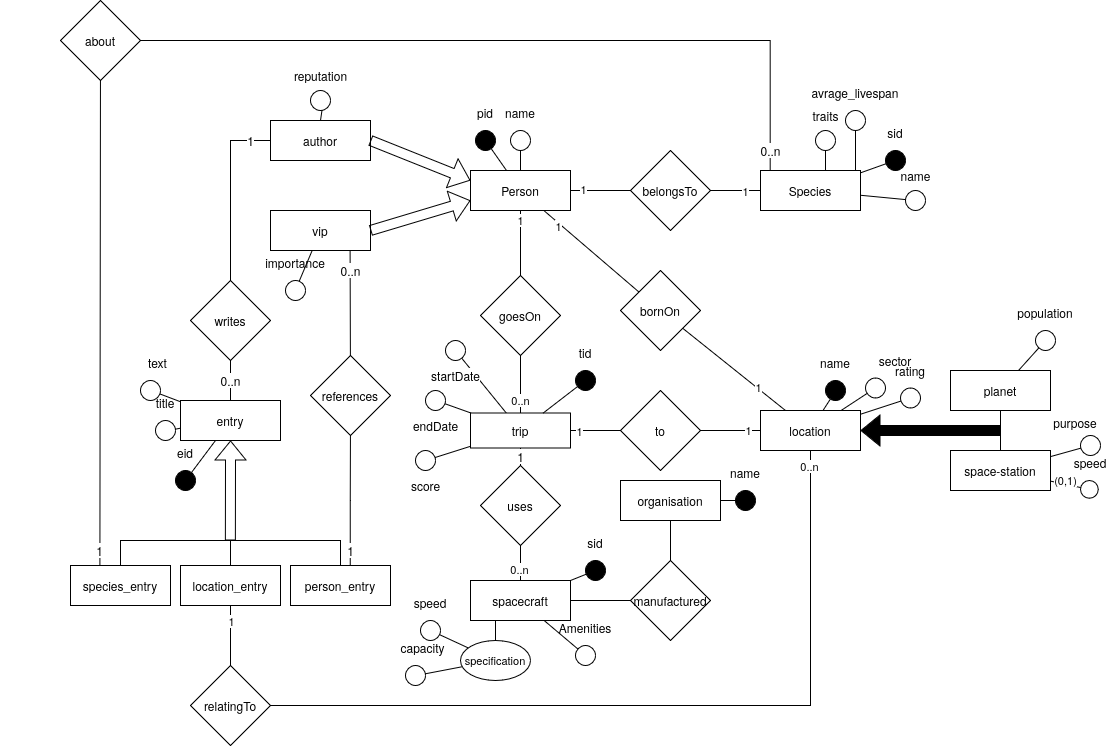
MassimiIiano/hhgttg-db keeps this draw.io diagram as hhgttg-diagramm.drawio.png. Above is the earlier version. Source tidied: cells renumbered, new cells last; positions are measured from the earlier drawing's top-left corner, leaving out a move shared by most shapes.
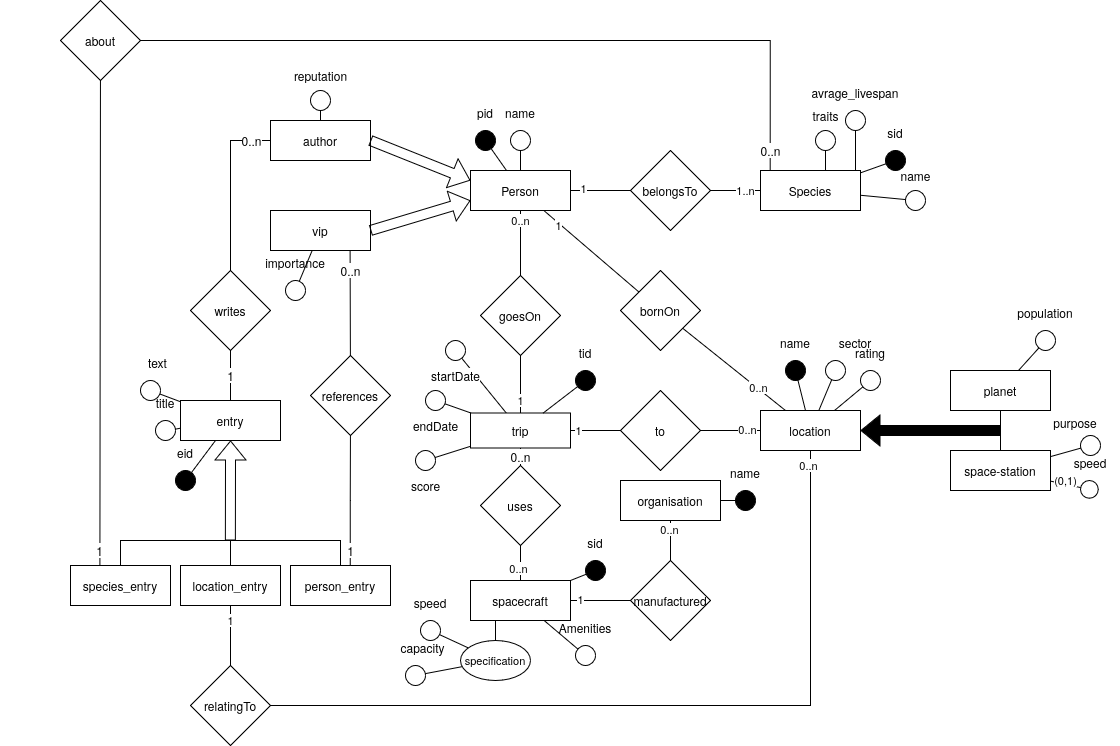
The same file after the commit.

Diff of the diagram source:
```diff
@@ -19,7 +19,7 @@
     <mxCell id="6" value="1" style="edgeLabel;html=1;align=center;verticalAlign=middle;" parent="5" vertex="1">
       <mxGeometry x="-0.67" y="-2" relative="1" as="geometry" />
     </mxCell>
-    <mxCell id="7" value="1" style="edgeStyle=orthogonalEdgeStyle;rounded=0;jettySize=auto;html=1;endArrow=none;endFill=0;entryX=0.5;entryY=0;entryDx=0;entryDy=0;" parent="1" edge="1" source="8" target="132">
+    <mxCell id="7" value="0..n" style="edgeStyle=orthogonalEdgeStyle;rounded=0;jettySize=auto;html=1;endArrow=none;endFill=0;entryX=0.5;entryY=0;entryDx=0;entryDy=0;" parent="1" edge="1" source="8" target="132">
       <mxGeometry x="-0.68" relative="1" as="geometry" />
     </mxCell>
     <mxCell id="8" value="Person" style="whiteSpace=wrap;html=1;align=center;rounded=0;strokeColor=default;verticalAlign=middle;fontFamily=Helvetica;fontSize=12;fontColor=default;fillColor=default;" parent="1" vertex="1">
@@ -31,7 +31,7 @@
     <mxCell id="10" style="edgeStyle=orthogonalEdgeStyle;rounded=0;jettySize=auto;html=1;fontFamily=Helvetica;fontSize=12;fontColor=default;endArrow=none;endFill=0;" parent="1" edge="1" source="12" target="9">
       <mxGeometry relative="1" as="geometry" />
     </mxCell>
-    <mxCell id="11" value="1" style="edgeLabel;html=1;align=center;verticalAlign=middle;" parent="10" vertex="1">
+    <mxCell id="11" value="1..n" style="edgeLabel;html=1;align=center;verticalAlign=middle;" parent="10" vertex="1">
       <mxGeometry x="0.37" relative="1" as="geometry" />
     </mxCell>
     <mxCell id="12" value="belongsTo" style="rhombus;whiteSpace=wrap;html=1;rounded=0;" parent="1" vertex="1">
@@ -87,7 +87,7 @@
       <mxGeometry x="15" y="30" width="20" height="20" as="geometry" />
     </mxCell>
     <mxCell id="27" value="name" style="group;" parent="1" vertex="1">
-      <mxGeometry x="810" y="350" width="50" height="50" as="geometry" />
+      <mxGeometry x="770" y="330" width="50" height="50" as="geometry" />
     </mxCell>
     <mxCell id="28" style="ellipse;whiteSpace=wrap;html=1;rounded=0;strokeColor=default;align=center;verticalAlign=middle;fontFamily=Helvetica;fontSize=12;fontColor=default;labelBackgroundColor=default;fillColor=#000000;" parent="27" vertex="1">
       <mxGeometry x="15" y="30" width="20" height="20" as="geometry" />
@@ -96,7 +96,7 @@
       <mxGeometry relative="1" as="geometry" />
     </mxCell>
     <mxCell id="30" value="sector" style="group;" parent="1" vertex="1">
-      <mxGeometry x="850" y="347.5" width="90" height="100" as="geometry" />
+      <mxGeometry x="810" y="330" width="90" height="100" as="geometry" />
     </mxCell>
     <mxCell id="31" style="ellipse;whiteSpace=wrap;html=1;rounded=0;strokeColor=default;align=center;verticalAlign=middle;fontFamily=Helvetica;fontSize=12;fontColor=default;labelBackgroundColor=default;fillColor=default;" parent="30" vertex="1">
       <mxGeometry x="15" y="30" width="20" height="20" as="geometry" />
@@ -116,13 +116,13 @@
     <mxCell id="36" style="edgeStyle=none;rounded=0;jettySize=auto;html=1;strokeColor=default;align=center;verticalAlign=middle;fontFamily=Helvetica;fontSize=12;fontColor=default;labelBackgroundColor=default;endArrow=none;endFill=0;" parent="1" edge="1" source="38" target="13">
       <mxGeometry relative="1" as="geometry" />
     </mxCell>
-    <mxCell id="37" value="1" style="edgeLabel;html=1;align=center;verticalAlign=middle;" parent="36" vertex="1">
+    <mxCell id="37" value="&lt;div&gt;0..n&lt;/div&gt;" style="edgeLabel;html=1;align=center;verticalAlign=middle;" parent="36" vertex="1">
       <mxGeometry x="0.45" y="1" relative="1" as="geometry" />
     </mxCell>
     <mxCell id="38" value="bornOn" style="rhombus;whiteSpace=wrap;html=1;rounded=0;" parent="1" vertex="1">
       <mxGeometry x="620" y="270" width="80" height="80" as="geometry" />
     </mxCell>
-    <mxCell id="39" value="1" style="edgeStyle=orthogonalEdgeStyle;rounded=0;jettySize=auto;html=1;strokeColor=default;align=center;verticalAlign=middle;fontFamily=Helvetica;fontSize=12;fontColor=default;labelBackgroundColor=default;endArrow=none;endFill=0;exitX=0;exitY=0.5;exitDx=0;exitDy=0;" parent="1" edge="1" source="40" target="60">
+    <mxCell id="39" value="0..n" style="edgeStyle=orthogonalEdgeStyle;rounded=0;jettySize=auto;html=1;strokeColor=default;align=center;verticalAlign=middle;fontFamily=Helvetica;fontSize=12;fontColor=default;labelBackgroundColor=default;endArrow=none;endFill=0;exitX=0;exitY=0.5;exitDx=0;exitDy=0;" parent="1" edge="1" source="40" target="60">
       <mxGeometry x="-0.78" relative="1" as="geometry" />
     </mxCell>
     <mxCell id="40" value="author" style="whiteSpace=wrap;html=1;align=center;rounded=0;strokeColor=default;verticalAlign=middle;fontFamily=Helvetica;fontSize=12;fontColor=default;fillColor=default;" parent="1" vertex="1">
@@ -137,6 +137,9 @@
     <mxCell id="43" style="edgeStyle=none;rounded=0;jettySize=auto;html=1;strokeColor=default;align=center;verticalAlign=middle;fontFamily=Helvetica;fontSize=12;fontColor=default;labelBackgroundColor=default;endArrow=none;endFill=0;" parent="1" edge="1" source="45" target="47">
       <mxGeometry relative="1" as="geometry" />
     </mxCell>
+    <mxCell id="150" value="0..n" style="edgeLabel;html=1;align=center;verticalAlign=middle;fontFamily=Helvetica;fontSize=11;fontColor=default;labelBackgroundColor=default;" parent="43" vertex="1">
+      <mxGeometry x="-0.53" y="-1" relative="1" as="geometry" />
+    </mxCell>
     <mxCell id="44" style="edgeStyle=none;rounded=0;jettySize=auto;html=1;strokeColor=default;align=center;verticalAlign=middle;fontFamily=Helvetica;fontSize=12;fontColor=default;labelBackgroundColor=default;endArrow=none;endFill=0;" parent="1" edge="1" source="45" target="64">
       <mxGeometry relative="1" as="geometry" />
     </mxCell>
@@ -146,10 +149,13 @@
     <mxCell id="46" style="edgeStyle=none;rounded=0;jettySize=auto;html=1;strokeColor=default;align=center;verticalAlign=middle;fontFamily=Helvetica;fontSize=12;fontColor=default;labelBackgroundColor=default;endArrow=none;endFill=0;" parent="1" edge="1" source="47" target="49">
       <mxGeometry relative="1" as="geometry" />
     </mxCell>
+    <mxCell id="151" value="1" style="edgeLabel;html=1;align=center;verticalAlign=middle;fontFamily=Helvetica;fontSize=11;fontColor=default;labelBackgroundColor=default;" parent="46" vertex="1">
+      <mxGeometry x="0.67" y="-1" relative="1" as="geometry" />
+    </mxCell>
     <mxCell id="47" value="manufactured" style="rhombus;whiteSpace=wrap;html=1;rounded=0;" parent="1" vertex="1">
       <mxGeometry x="630" y="560" width="80" height="80" as="geometry" />
     </mxCell>
-    <mxCell id="48" value="1" style="edgeStyle=none;rounded=0;jettySize=auto;html=1;strokeColor=default;align=center;verticalAlign=middle;fontFamily=Helvetica;fontSize=12;fontColor=default;labelBackgroundColor=default;endArrow=none;endFill=0;" parent="1" edge="1" source="138" target="130">
+    <mxCell id="48" value="0..n" style="edgeStyle=none;rounded=0;jettySize=auto;html=1;strokeColor=default;align=center;verticalAlign=middle;fontFamily=Helvetica;fontSize=12;fontColor=default;labelBackgroundColor=default;endArrow=none;endFill=0;" parent="1" edge="1" source="138" target="130">
       <mxGeometry relative="1" as="geometry" />
     </mxCell>
     <mxCell id="49" value="spacecraft" style="whiteSpace=wrap;html=1;align=center;rounded=0;strokeColor=default;verticalAlign=middle;fontFamily=Helvetica;fontSize=12;fontColor=default;fillColor=default;" parent="1" vertex="1">
@@ -182,11 +188,11 @@
     <mxCell id="58" style="edgeStyle=none;rounded=0;jettySize=auto;html=1;strokeColor=default;align=center;verticalAlign=middle;fontFamily=Helvetica;fontSize=12;fontColor=default;labelBackgroundColor=default;endArrow=none;endFill=0;" parent="1" edge="1" source="57" target="8">
       <mxGeometry relative="1" as="geometry" />
     </mxCell>
-    <mxCell id="59" value="0..n" style="edgeStyle=none;rounded=0;jettySize=auto;html=1;strokeColor=default;align=center;verticalAlign=middle;fontFamily=Helvetica;fontSize=12;fontColor=default;labelBackgroundColor=default;endArrow=none;endFill=0;" parent="1" edge="1" source="60" target="61">
+    <mxCell id="59" value="1" style="edgeStyle=none;rounded=0;jettySize=auto;html=1;strokeColor=default;align=center;verticalAlign=middle;fontFamily=Helvetica;fontSize=12;fontColor=default;labelBackgroundColor=default;endArrow=none;endFill=0;" parent="1" edge="1" source="60" target="61">
       <mxGeometry relative="1" as="geometry" />
     </mxCell>
     <mxCell id="60" value="writes" style="rhombus;whiteSpace=wrap;html=1;rounded=0;" parent="1" vertex="1">
-      <mxGeometry x="190" y="280" width="80" height="80" as="geometry" />
+      <mxGeometry x="190" y="270" width="80" height="80" as="geometry" />
     </mxCell>
     <mxCell id="61" value="entry" style="whiteSpace=wrap;html=1;align=center;rounded=0;strokeColor=default;verticalAlign=middle;fontFamily=Helvetica;fontSize=12;fontColor=default;fillColor=default;" parent="1" vertex="1">
       <mxGeometry x="180" y="400" width="100" height="40" as="geometry" />
@@ -411,7 +417,7 @@
     <mxCell id="130" value="trip" style="rounded=0;whiteSpace=wrap;html=1;" parent="1" vertex="1">
       <mxGeometry x="470" y="412.5" width="100" height="35" as="geometry" />
     </mxCell>
-    <mxCell id="131" value="0..n" style="edgeStyle=orthogonalEdgeStyle;rounded=0;jettySize=auto;html=1;entryX=0.5;entryY=0;entryDx=0;entryDy=0;endArrow=none;endFill=1;startFill=0;" parent="1" edge="1" source="132" target="130">
+    <mxCell id="131" value="1" style="edgeStyle=orthogonalEdgeStyle;rounded=0;jettySize=auto;html=1;entryX=0.5;entryY=0;entryDx=0;entryDy=0;endArrow=none;endFill=1;startFill=0;" parent="1" edge="1" source="132" target="130">
       <mxGeometry x="0.57" relative="1" as="geometry" />
     </mxCell>
     <mxCell id="132" value="goesOn" style="rhombus;whiteSpace=wrap;html=1;rounded=0;" parent="1" vertex="1">
@@ -420,7 +426,7 @@
     <mxCell id="133" style="edgeStyle=orthogonalEdgeStyle;rounded=0;jettySize=auto;html=1;endArrow=none;startFill=0;" parent="1" edge="1" source="135" target="13">
       <mxGeometry relative="1" as="geometry" />
     </mxCell>
-    <mxCell id="134" value="1" style="edgeLabel;html=1;align=center;verticalAlign=middle;" parent="133" vertex="1">
+    <mxCell id="134" value="0..n" style="edgeLabel;html=1;align=center;verticalAlign=middle;" parent="133" vertex="1">
       <mxGeometry x="0.57" y="1" relative="1" as="geometry" />
     </mxCell>
     <mxCell id="135" value="to" style="rhombus;whiteSpace=wrap;html=1;rounded=0;" parent="1" vertex="1">
```
